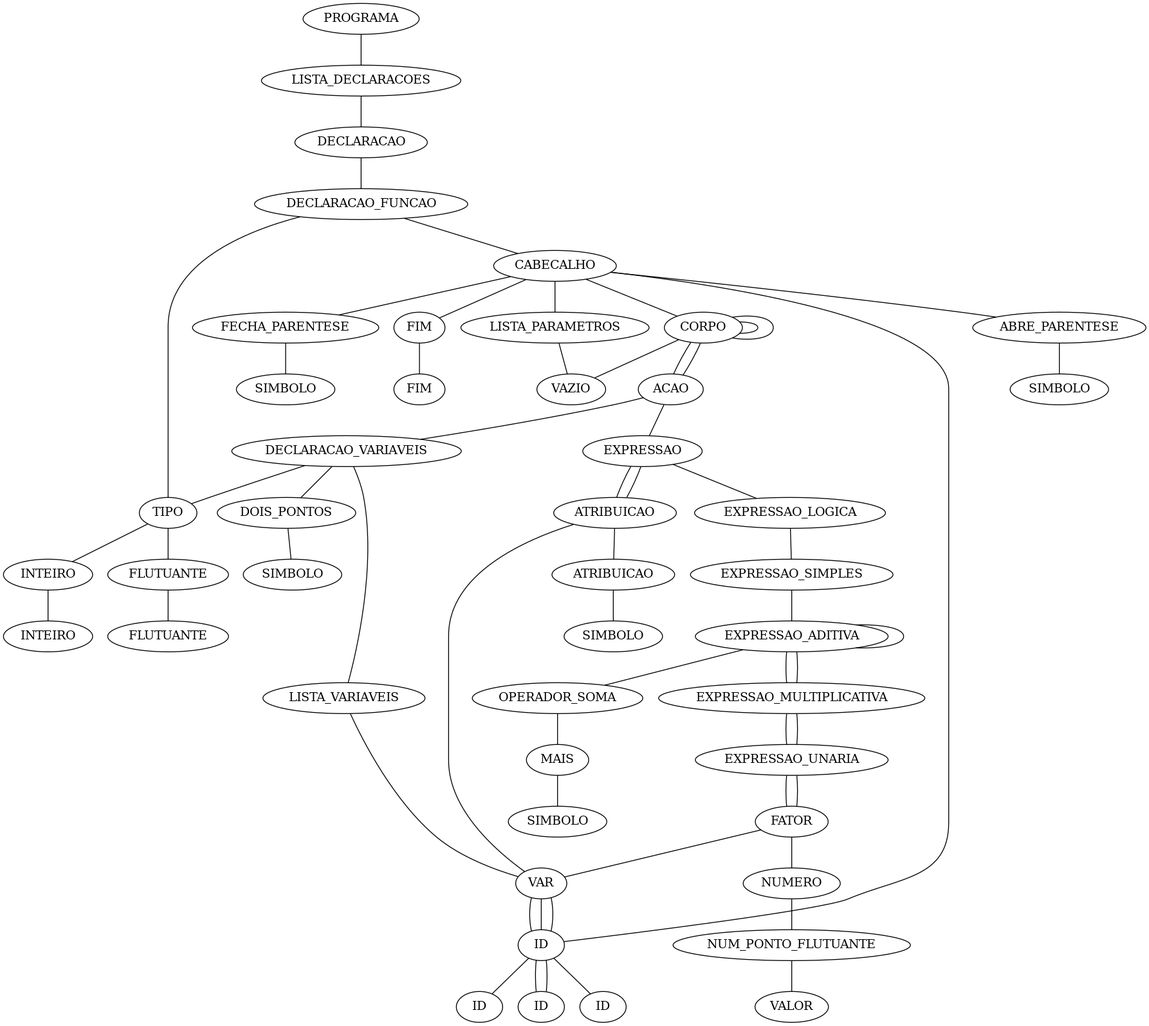
Earlier version of the Graphviz export semantica-testes/sema-008.tpp.ast2.png (CaioCintra/CompiladorTpp). Its source is kept beside it as semantica-testes/sema-008.tpp.unique.ast.dot.
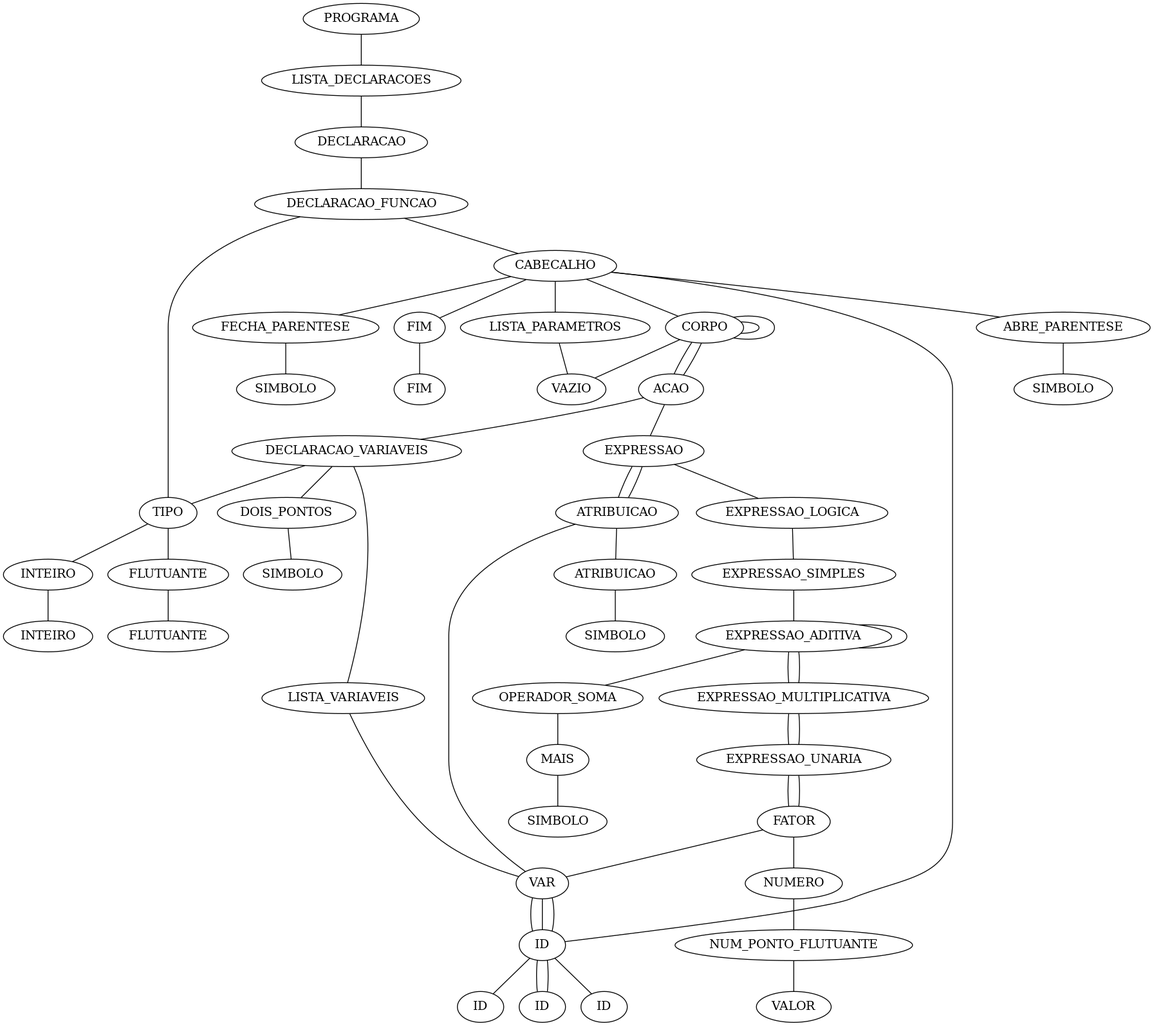
The same file after the commit.

Change to the diagram source:
```diff
@@ -1,123 +1,123 @@
 digraph tree {
-    "0x7fb96d78c640" [label="programa"];
-    "0x7fb96d78c460" [label="lista_declaracoes"];
-    "0x7fb96d78c1c0" [label="declaracao"];
-    "0x7fb96d78c910" [label="declaracao_funcao"];
-    "0x7fb96d78c6a0" [label="tipo"];
-    "0x7fb96d78c5b0" [label="INTEIRO"];
-    "0x7fb96d78c250" [label="inteiro"];
-    "0x7fb96d78c8b0" [label="cabecalho"];
-    "0x7fb96d78caf0" [label="ID"];
-    "0x7fb96d78c8e0" [label="principal"];
-    "0x7fb96d7ad190" [label="ABRE_PARENTESE"];
-    "0x7fb96d7ad1c0" [label="("];
-    "0x7fb96d78c730" [label="lista_parametros"];
-    "0x7fb96d78c2b0" [label="vazio"];
-    "0x7fb96d7ad1f0" [label="FECHA_PARENTESE"];
-    "0x7fb96d7ad220" [label=")"];
-    "0x7fb96d7ad100" [label="corpo"];
-    "0x7fb96d78c9d0" [label="corpo"];
-    "0x7fb96d78c850" [label="corpo"];
-    "0x7fb96d78c040" [label="vazio"];
-    "0x7fb96d78c880" [label="acao"];
-    "0x7fb96d78c970" [label="declaracao_variaveis"];
-    "0x7fb96d78c760" [label="tipo"];
-    "0x7fb96d78c7c0" [label="FLUTUANTE"];
-    "0x7fb96d78c940" [label="flutuante"];
-    "0x7fb96d78ca30" [label="dois_pontos"];
-    "0x7fb96d78cb50" [label=":"];
-    "0x7fb96d78c9a0" [label="lista_variaveis"];
-    "0x7fb96d78c7f0" [label="var"];
-    "0x7fb96d78c790" [label="ID"];
-    "0x7fb96d78ca90" [label="b"];
-    "0x7fb96d78cac0" [label="acao"];
-    "0x7fb96d78cb20" [label="expressao"];
-    "0x7fb96d78cdc0" [label="atribuicao"];
-    "0x7fb96d78c580" [label="var"];
-    "0x7fb96d78c820" [label="ID"];
-    "0x7fb96d78cb80" [label="b"];
-    "0x7fb96d78cd60" [label="ATRIBUICAO"];
-    "0x7fb96d7ad070" [label=":="];
-    "0x7fb96d7ad040" [label="expressao"];
-    "0x7fb96d78cfd0" [label="expressao_logica"];
-    "0x7fb96d78cd30" [label="expressao_simples"];
-    "0x7fb96d78ce20" [label="expressao_aditiva"];
-    "0x7fb96d78cc10" [label="expressao_aditiva"];
-    "0x7fb96d78cd00" [label="expressao_multiplicativa"];
-    "0x7fb96d78cbb0" [label="expressao_unaria"];
-    "0x7fb96d78cbe0" [label="fator"];
-    "0x7fb96d78ca60" [label="var"];
-    "0x7fb96d78ca00" [label="ID"];
-    "0x7fb96d78ccd0" [label="a"];
-    "0x7fb96d78ce80" [label="operador_soma"];
-    "0x7fb96d78cca0" [label="MAIS"];
-    "0x7fb96d78cd90" [label="+"];
-    "0x7fb96d78cfa0" [label="expressao_multiplicativa"];
-    "0x7fb96d78ceb0" [label="expressao_unaria"];
-    "0x7fb96d78cdf0" [label="fator"];
-    "0x7fb96d78cc40" [label="numero"];
-    "0x7fb96d78cc70" [label="NUM_PONTO_FLUTUANTE"];
-    "0x7fb96d78cf70" [label="1.0"];
-    "0x7fb96d7ad250" [label="FIM"];
-    "0x7fb96d7ad280" [label="fim"];
-    "0x7fb96d78c640" -> "0x7fb96d78c460";
-    "0x7fb96d78c460" -> "0x7fb96d78c1c0";
-    "0x7fb96d78c1c0" -> "0x7fb96d78c910";
-    "0x7fb96d78c910" -> "0x7fb96d78c6a0";
-    "0x7fb96d78c910" -> "0x7fb96d78c8b0";
-    "0x7fb96d78c6a0" -> "0x7fb96d78c5b0";
-    "0x7fb96d78c5b0" -> "0x7fb96d78c250";
-    "0x7fb96d78c8b0" -> "0x7fb96d78caf0";
-    "0x7fb96d78c8b0" -> "0x7fb96d7ad190";
-    "0x7fb96d78c8b0" -> "0x7fb96d78c730";
-    "0x7fb96d78c8b0" -> "0x7fb96d7ad1f0";
-    "0x7fb96d78c8b0" -> "0x7fb96d7ad100";
-    "0x7fb96d78c8b0" -> "0x7fb96d7ad250";
-    "0x7fb96d78caf0" -> "0x7fb96d78c8e0";
-    "0x7fb96d7ad190" -> "0x7fb96d7ad1c0";
-    "0x7fb96d78c730" -> "0x7fb96d78c2b0";
-    "0x7fb96d7ad1f0" -> "0x7fb96d7ad220";
-    "0x7fb96d7ad100" -> "0x7fb96d78c9d0";
-    "0x7fb96d7ad100" -> "0x7fb96d78cac0";
-    "0x7fb96d78c9d0" -> "0x7fb96d78c850";
-    "0x7fb96d78c9d0" -> "0x7fb96d78c880";
-    "0x7fb96d78c850" -> "0x7fb96d78c040";
-    "0x7fb96d78c880" -> "0x7fb96d78c970";
-    "0x7fb96d78c970" -> "0x7fb96d78c760";
-    "0x7fb96d78c970" -> "0x7fb96d78ca30";
-    "0x7fb96d78c970" -> "0x7fb96d78c9a0";
-    "0x7fb96d78c760" -> "0x7fb96d78c7c0";
-    "0x7fb96d78c7c0" -> "0x7fb96d78c940";
-    "0x7fb96d78ca30" -> "0x7fb96d78cb50";
-    "0x7fb96d78c9a0" -> "0x7fb96d78c7f0";
-    "0x7fb96d78c7f0" -> "0x7fb96d78c790";
-    "0x7fb96d78c790" -> "0x7fb96d78ca90";
-    "0x7fb96d78cac0" -> "0x7fb96d78cb20";
-    "0x7fb96d78cb20" -> "0x7fb96d78cdc0";
-    "0x7fb96d78cdc0" -> "0x7fb96d78c580";
-    "0x7fb96d78cdc0" -> "0x7fb96d78cd60";
-    "0x7fb96d78cdc0" -> "0x7fb96d7ad040";
-    "0x7fb96d78c580" -> "0x7fb96d78c820";
-    "0x7fb96d78c820" -> "0x7fb96d78cb80";
-    "0x7fb96d78cd60" -> "0x7fb96d7ad070";
-    "0x7fb96d7ad040" -> "0x7fb96d78cfd0";
-    "0x7fb96d78cfd0" -> "0x7fb96d78cd30";
-    "0x7fb96d78cd30" -> "0x7fb96d78ce20";
-    "0x7fb96d78ce20" -> "0x7fb96d78cc10";
-    "0x7fb96d78ce20" -> "0x7fb96d78ce80";
-    "0x7fb96d78ce20" -> "0x7fb96d78cfa0";
-    "0x7fb96d78cc10" -> "0x7fb96d78cd00";
-    "0x7fb96d78cd00" -> "0x7fb96d78cbb0";
-    "0x7fb96d78cbb0" -> "0x7fb96d78cbe0";
-    "0x7fb96d78cbe0" -> "0x7fb96d78ca60";
-    "0x7fb96d78ca60" -> "0x7fb96d78ca00";
-    "0x7fb96d78ca00" -> "0x7fb96d78ccd0";
-    "0x7fb96d78ce80" -> "0x7fb96d78cca0";
-    "0x7fb96d78cca0" -> "0x7fb96d78cd90";
-    "0x7fb96d78cfa0" -> "0x7fb96d78ceb0";
-    "0x7fb96d78ceb0" -> "0x7fb96d78cdf0";
-    "0x7fb96d78cdf0" -> "0x7fb96d78cc40";
-    "0x7fb96d78cc40" -> "0x7fb96d78cc70";
-    "0x7fb96d78cc70" -> "0x7fb96d78cf70";
-    "0x7fb96d7ad250" -> "0x7fb96d7ad280";
+    "0x7f2f2dfad730" [label="programa"];
+    "0x7f2f2dfad850" [label="lista_declaracoes"];
+    "0x7f2f2dfad670" [label="declaracao"];
+    "0x7f2f2dfad490" [label="declaracao_funcao"];
+    "0x7f2f2dfad700" [label="tipo"];
+    "0x7f2f2dfad550" [label="INTEIRO"];
+    "0x7f2f2dfad520" [label="inteiro"];
+    "0x7f2f2dfadb80" [label="cabecalho"];
+    "0x7f2f2dfadb20" [label="ID"];
+    "0x7f2f2dfadd60" [label="principal"];
+    "0x7f2f2dfadb50" [label="ABRE_PARENTESE"];
+    "0x7f2f2df52400" [label="("];
+    "0x7f2f2dfad9a0" [label="lista_parametros"];
+    "0x7f2f2dfad2e0" [label="vazio"];
+    "0x7f2f2df52430" [label="FECHA_PARENTESE"];
+    "0x7f2f2df52460" [label=")"];
+    "0x7f2f2df52370" [label="corpo"];
+    "0x7f2f2dfadc40" [label="corpo"];
+    "0x7f2f2dfadac0" [label="corpo"];
+    "0x7f2f2dfad430" [label="vazio"];
+    "0x7f2f2dfadaf0" [label="acao"];
+    "0x7f2f2dfadbe0" [label="declaracao_variaveis"];
+    "0x7f2f2dfad9d0" [label="tipo"];
+    "0x7f2f2dfada30" [label="FLUTUANTE"];
+    "0x7f2f2dfadbb0" [label="flutuante"];
+    "0x7f2f2dfadca0" [label="dois_pontos"];
+    "0x7f2f2dfaddc0" [label=":"];
+    "0x7f2f2dfadc10" [label="lista_variaveis"];
+    "0x7f2f2dfada60" [label="var"];
+    "0x7f2f2dfada00" [label="ID"];
+    "0x7f2f2dfadd00" [label="b"];
+    "0x7f2f2dfadd30" [label="acao"];
+    "0x7f2f2dfadd90" [label="expressao"];
+    "0x7f2f2dfadfd0" [label="atribuicao"];
+    "0x7f2f2dfad940" [label="var"];
+    "0x7f2f2dfada90" [label="ID"];
+    "0x7f2f2dfaddf0" [label="b"];
+    "0x7f2f2df52070" [label="ATRIBUICAO"];
+    "0x7f2f2df522e0" [label=":="];
+    "0x7f2f2df522b0" [label="expressao"];
+    "0x7f2f2df52280" [label="expressao_logica"];
+    "0x7f2f2dfadfa0" [label="expressao_simples"];
+    "0x7f2f2df520d0" [label="expressao_aditiva"];
+    "0x7f2f2dfade80" [label="expressao_aditiva"];
+    "0x7f2f2dfadf70" [label="expressao_multiplicativa"];
+    "0x7f2f2dfade20" [label="expressao_unaria"];
+    "0x7f2f2dfade50" [label="fator"];
+    "0x7f2f2dfadcd0" [label="var"];
+    "0x7f2f2dfadc70" [label="ID"];
+    "0x7f2f2dfadf40" [label="a"];
+    "0x7f2f2df52130" [label="operador_soma"];
+    "0x7f2f2dfadf10" [label="MAIS"];
+    "0x7f2f2df52040" [label="+"];
+    "0x7f2f2df52250" [label="expressao_multiplicativa"];
+    "0x7f2f2df52160" [label="expressao_unaria"];
+    "0x7f2f2df520a0" [label="fator"];
+    "0x7f2f2dfadeb0" [label="numero"];
+    "0x7f2f2dfadee0" [label="NUM_PONTO_FLUTUANTE"];
+    "0x7f2f2df52220" [label="1.0"];
+    "0x7f2f2df52490" [label="FIM"];
+    "0x7f2f2df524c0" [label="fim"];
+    "0x7f2f2dfad730" -> "0x7f2f2dfad850";
+    "0x7f2f2dfad850" -> "0x7f2f2dfad670";
+    "0x7f2f2dfad670" -> "0x7f2f2dfad490";
+    "0x7f2f2dfad490" -> "0x7f2f2dfad700";
+    "0x7f2f2dfad490" -> "0x7f2f2dfadb80";
+    "0x7f2f2dfad700" -> "0x7f2f2dfad550";
+    "0x7f2f2dfad550" -> "0x7f2f2dfad520";
+    "0x7f2f2dfadb80" -> "0x7f2f2dfadb20";
+    "0x7f2f2dfadb80" -> "0x7f2f2dfadb50";
+    "0x7f2f2dfadb80" -> "0x7f2f2dfad9a0";
+    "0x7f2f2dfadb80" -> "0x7f2f2df52430";
+    "0x7f2f2dfadb80" -> "0x7f2f2df52370";
+    "0x7f2f2dfadb80" -> "0x7f2f2df52490";
+    "0x7f2f2dfadb20" -> "0x7f2f2dfadd60";
+    "0x7f2f2dfadb50" -> "0x7f2f2df52400";
+    "0x7f2f2dfad9a0" -> "0x7f2f2dfad2e0";
+    "0x7f2f2df52430" -> "0x7f2f2df52460";
+    "0x7f2f2df52370" -> "0x7f2f2dfadc40";
+    "0x7f2f2df52370" -> "0x7f2f2dfadd30";
+    "0x7f2f2dfadc40" -> "0x7f2f2dfadac0";
+    "0x7f2f2dfadc40" -> "0x7f2f2dfadaf0";
+    "0x7f2f2dfadac0" -> "0x7f2f2dfad430";
+    "0x7f2f2dfadaf0" -> "0x7f2f2dfadbe0";
+    "0x7f2f2dfadbe0" -> "0x7f2f2dfad9d0";
+    "0x7f2f2dfadbe0" -> "0x7f2f2dfadca0";
+    "0x7f2f2dfadbe0" -> "0x7f2f2dfadc10";
+    "0x7f2f2dfad9d0" -> "0x7f2f2dfada30";
+    "0x7f2f2dfada30" -> "0x7f2f2dfadbb0";
+    "0x7f2f2dfadca0" -> "0x7f2f2dfaddc0";
+    "0x7f2f2dfadc10" -> "0x7f2f2dfada60";
+    "0x7f2f2dfada60" -> "0x7f2f2dfada00";
+    "0x7f2f2dfada00" -> "0x7f2f2dfadd00";
+    "0x7f2f2dfadd30" -> "0x7f2f2dfadd90";
+    "0x7f2f2dfadd90" -> "0x7f2f2dfadfd0";
+    "0x7f2f2dfadfd0" -> "0x7f2f2dfad940";
+    "0x7f2f2dfadfd0" -> "0x7f2f2df52070";
+    "0x7f2f2dfadfd0" -> "0x7f2f2df522b0";
+    "0x7f2f2dfad940" -> "0x7f2f2dfada90";
+    "0x7f2f2dfada90" -> "0x7f2f2dfaddf0";
+    "0x7f2f2df52070" -> "0x7f2f2df522e0";
+    "0x7f2f2df522b0" -> "0x7f2f2df52280";
+    "0x7f2f2df52280" -> "0x7f2f2dfadfa0";
+    "0x7f2f2dfadfa0" -> "0x7f2f2df520d0";
+    "0x7f2f2df520d0" -> "0x7f2f2dfade80";
+    "0x7f2f2df520d0" -> "0x7f2f2df52130";
+    "0x7f2f2df520d0" -> "0x7f2f2df52250";
+    "0x7f2f2dfade80" -> "0x7f2f2dfadf70";
+    "0x7f2f2dfadf70" -> "0x7f2f2dfade20";
+    "0x7f2f2dfade20" -> "0x7f2f2dfade50";
+    "0x7f2f2dfade50" -> "0x7f2f2dfadcd0";
+    "0x7f2f2dfadcd0" -> "0x7f2f2dfadc70";
+    "0x7f2f2dfadc70" -> "0x7f2f2dfadf40";
+    "0x7f2f2df52130" -> "0x7f2f2dfadf10";
+    "0x7f2f2dfadf10" -> "0x7f2f2df52040";
+    "0x7f2f2df52250" -> "0x7f2f2df52160";
+    "0x7f2f2df52160" -> "0x7f2f2df520a0";
+    "0x7f2f2df520a0" -> "0x7f2f2dfadeb0";
+    "0x7f2f2dfadeb0" -> "0x7f2f2dfadee0";
+    "0x7f2f2dfadee0" -> "0x7f2f2df52220";
+    "0x7f2f2df52490" -> "0x7f2f2df524c0";
 }
```
